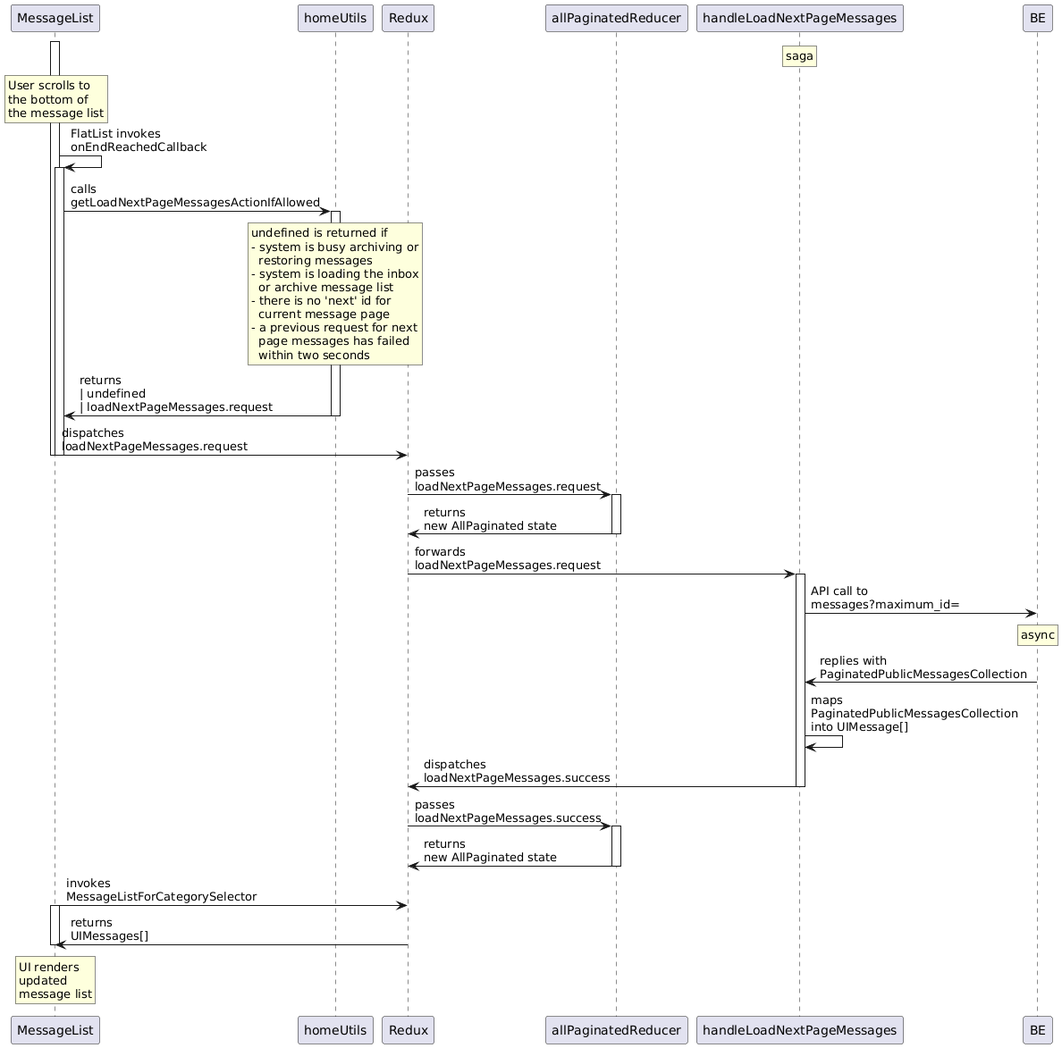
Before: docs/io-app/load-next-page-message-list.png, a diagram exported from PlantUML (pagopa/io-messages). The source it was exported from:
```plantuml
@startuml
participant MessageList
participant homeUtils
participant Redux
participant allPaginatedReducer
participant handleLoadNextPageMessages
rnote over handleLoadNextPageMessages
 saga
endrnote

activate MessageList
rnote over MessageList
User scrolls to
the bottom of
the message list
endrnote
MessageList -> MessageList : FlatList invokes\nonEndReachedCallback
activate MessageList

MessageList -> homeUtils : calls\ngetLoadNextPageMessagesActionIfAllowed
activate homeUtils
rnote over homeUtils
undefined is returned if
- system is busy archiving or
  restoring messages
- system is loading the inbox
  or archive message list
- there is no 'next' id for
  current message page
- a previous request for next
  page messages has failed
  within two seconds
endrnote
homeUtils -> MessageList : returns\n| undefined\n| loadNextPageMessages.request
deactivate homeUtils

MessageList -> Redux : dispatches\nloadNextPageMessages.request
deactivate MessageList
deactivate MessageList

Redux -> allPaginatedReducer ++ : passes\nloadNextPageMessages.request
allPaginatedReducer -> Redux --: returns\nnew AllPaginated state

Redux -> handleLoadNextPageMessages ++ : forwards\nloadNextPageMessages.request

handleLoadNextPageMessages  -> BE : API call to\nmessages?maximum_id=
rnote over BE
async
endrnote
BE ->handleLoadNextPageMessages : replies with\nPaginatedPublicMessagesCollection

handleLoadNextPageMessages -> handleLoadNextPageMessages : maps\nPaginatedPublicMessagesCollection\ninto UIMessage[]

handleLoadNextPageMessages -> Redux -- : dispatches\nloadNextPageMessages.success

Redux -> allPaginatedReducer ++ : passes\nloadNextPageMessages.success
allPaginatedReducer -> Redux -- : returns\nnew AllPaginated state

MessageList -> Redux: invokes\nMessageListForCategorySelector
activate MessageList
Redux -> MessageList : returns\nUIMessages[]
deactivate MessageList
rnote over MessageList
UI renders
updated
message list
endrnote
@enduml
```
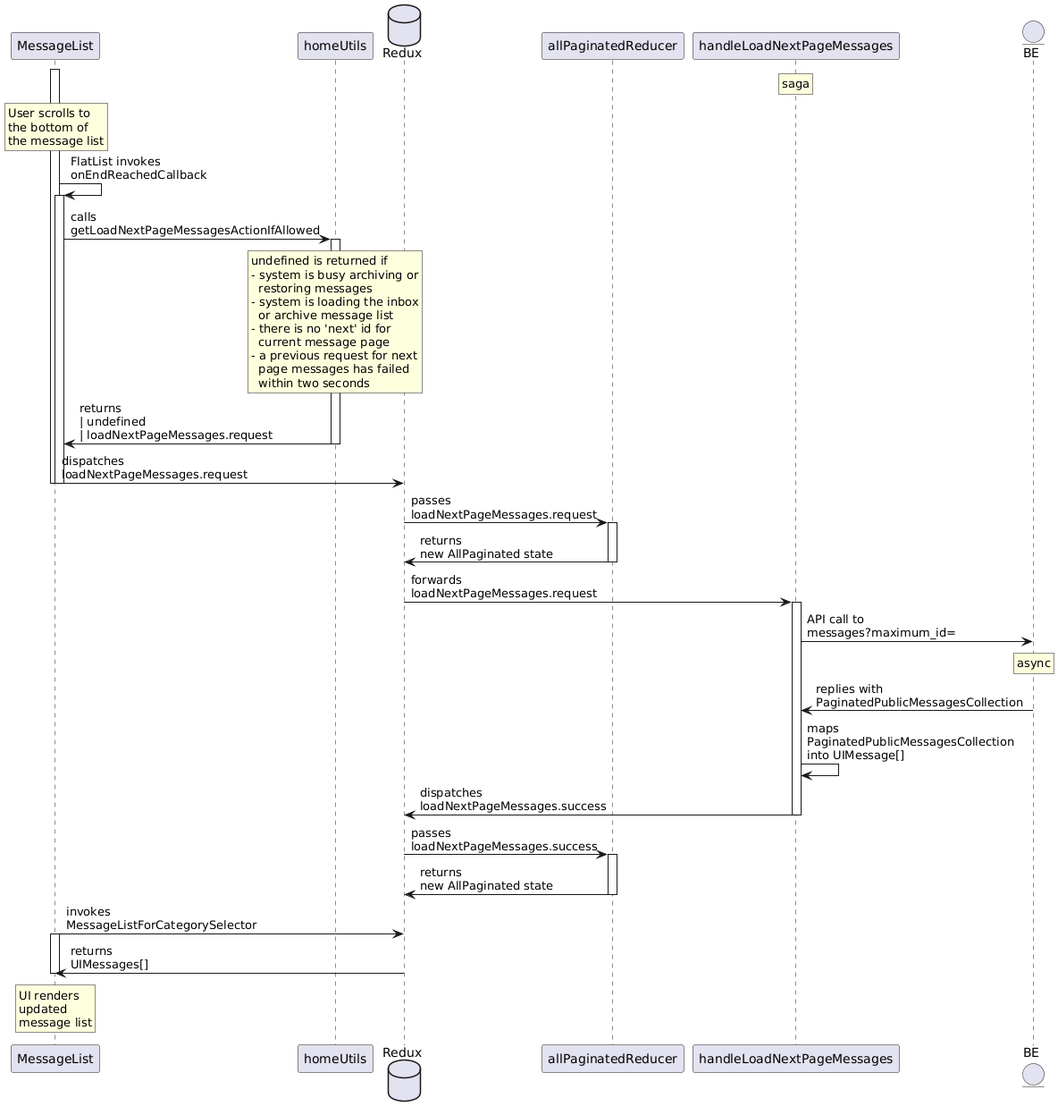
The same file after the commit.

What changed in the source:
```diff
@@ -1,12 +1,13 @@
 @startuml
 participant MessageList
 participant homeUtils
-participant Redux
+database Redux
 participant allPaginatedReducer
 participant handleLoadNextPageMessages
 rnote over handleLoadNextPageMessages
  saga
 endrnote
+entity BE
 
 activate MessageList
 rnote over MessageList
```
